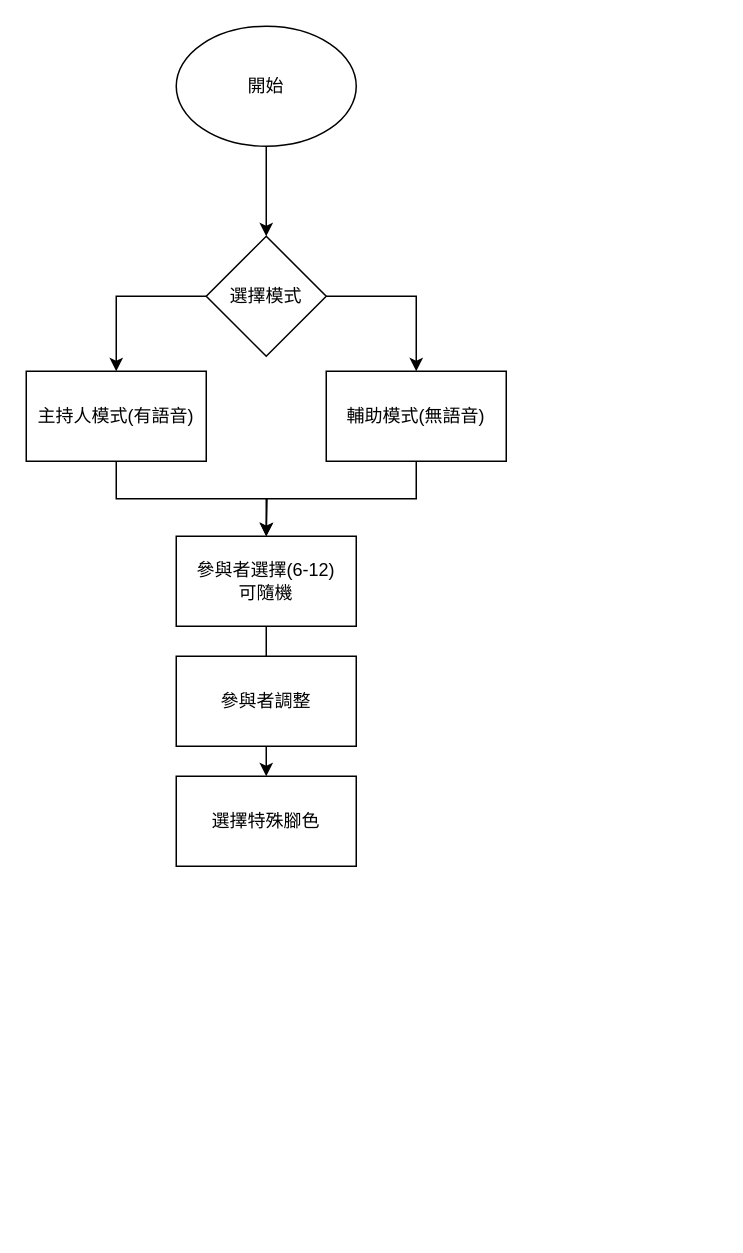
This is 流程圖.drawio from a500197/-, a draw.io file, before an edit. Source tidied: cells renumbered, new cells numbered last; positions are measured from the earlier drawing's top-left corner, leaving out a move shared by most shapes. Both pictures are drawn from the tidied source at 150%, with x=0, y=0 at pixel (26, 26).
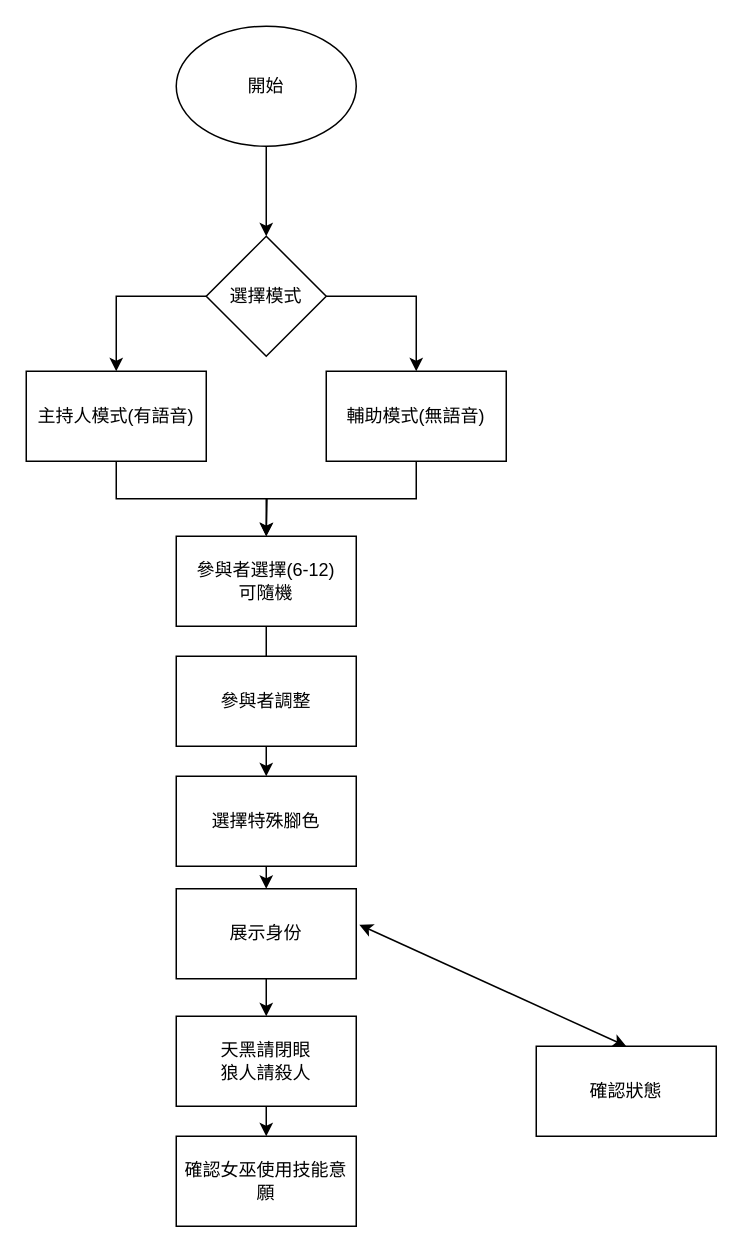
The same diagram, later.

Commit message (it also covers changes not shown here):
玩家狀態獨立分離+流程圖更新

The change refers to these unchanged cells:
```xml
<mxCell id="15" value="選擇特殊腳色" style="rounded=0;whiteSpace=wrap;html=1;" parent="1" vertex="1">
  <mxGeometry x="100" y="500" width="120" height="60" as="geometry" />
</mxCell>
```

Change to the diagram source:
```diff
@@
+    <mxCell id="16" style="edgeStyle=orthogonalEdgeStyle;rounded=0;jettySize=auto;html=1;exitX=0.5;exitY=1;exitDx=0;exitDy=0;entryX=0.5;entryY=0;entryDx=0;entryDy=0;" parent="1" edge="1" source="15" target="18">
+      <mxGeometry relative="1" as="geometry" />
+    </mxCell>
@@
+    <mxCell id="17" style="edgeStyle=orthogonalEdgeStyle;rounded=0;jettySize=auto;html=1;exitX=0.5;exitY=1;exitDx=0;exitDy=0;" parent="1" edge="1" source="18" target="22">
+      <mxGeometry relative="1" as="geometry" />
+    </mxCell>
+    <mxCell id="18" value="展示身份" style="rounded=0;whiteSpace=wrap;html=1;" parent="1" vertex="1">
+      <mxGeometry x="100" y="575" width="120" height="60" as="geometry" />
+    </mxCell>
+    <mxCell id="19" value="確認狀態" style="rounded=0;whiteSpace=wrap;html=1;" parent="1" vertex="1">
+      <mxGeometry x="340" y="680" width="120" height="60" as="geometry" />
+    </mxCell>
+    <mxCell id="20" style="endArrow=classic;startArrow=classic;html=1;entryX=1.017;entryY=0.4;entryDx=0;entryDy=0;entryPerimeter=0;exitX=0.5;exitY=0;exitDx=0;exitDy=0;" parent="1" edge="1" source="19" target="18">
+      <mxGeometry relative="1" as="geometry" />
+    </mxCell>
+    <mxCell id="21" style="edgeStyle=orthogonalEdgeStyle;rounded=0;jettySize=auto;html=1;exitX=0.5;exitY=1;exitDx=0;exitDy=0;entryX=0.5;entryY=0;entryDx=0;entryDy=0;" parent="1" edge="1" source="22" target="23">
+      <mxGeometry relative="1" as="geometry" />
+    </mxCell>
+    <mxCell id="22" value="天黑請閉眼&lt;br&gt;狼人請殺人" style="rounded=0;whiteSpace=wrap;html=1;" parent="1" vertex="1">
+      <mxGeometry x="100" y="660" width="120" height="60" as="geometry" />
+    </mxCell>
+    <mxCell id="23" value="確認女巫使用技能意願" style="rounded=0;whiteSpace=wrap;html=1;" parent="1" vertex="1">
+      <mxGeometry x="100" y="740" width="120" height="60" as="geometry" />
+    </mxCell>
```
